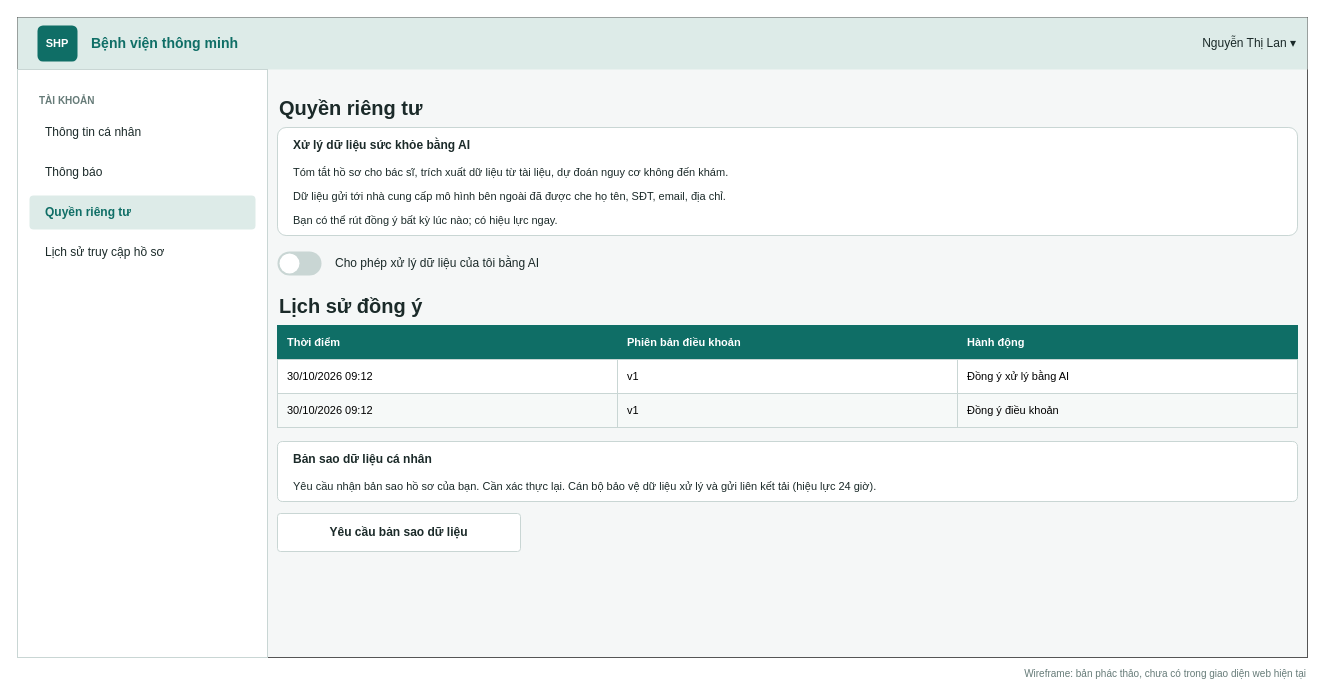
Earlier version of the draw.io diagram page "Thông tin cá nhân" (6 of 17) of docs/02-requirements/srs/dist/diagrams/06-wireframes.drawio (viethung12062005/smart-hospital-platform). Source tidied: cells renumbered, new cells numbered last; positions are measured from the earlier drawing's top-left corner, leaving out a move shared by most shapes. Both pictures are drawn from the tidied source at 100%, with x=0, y=0 at pixel (17, 17).
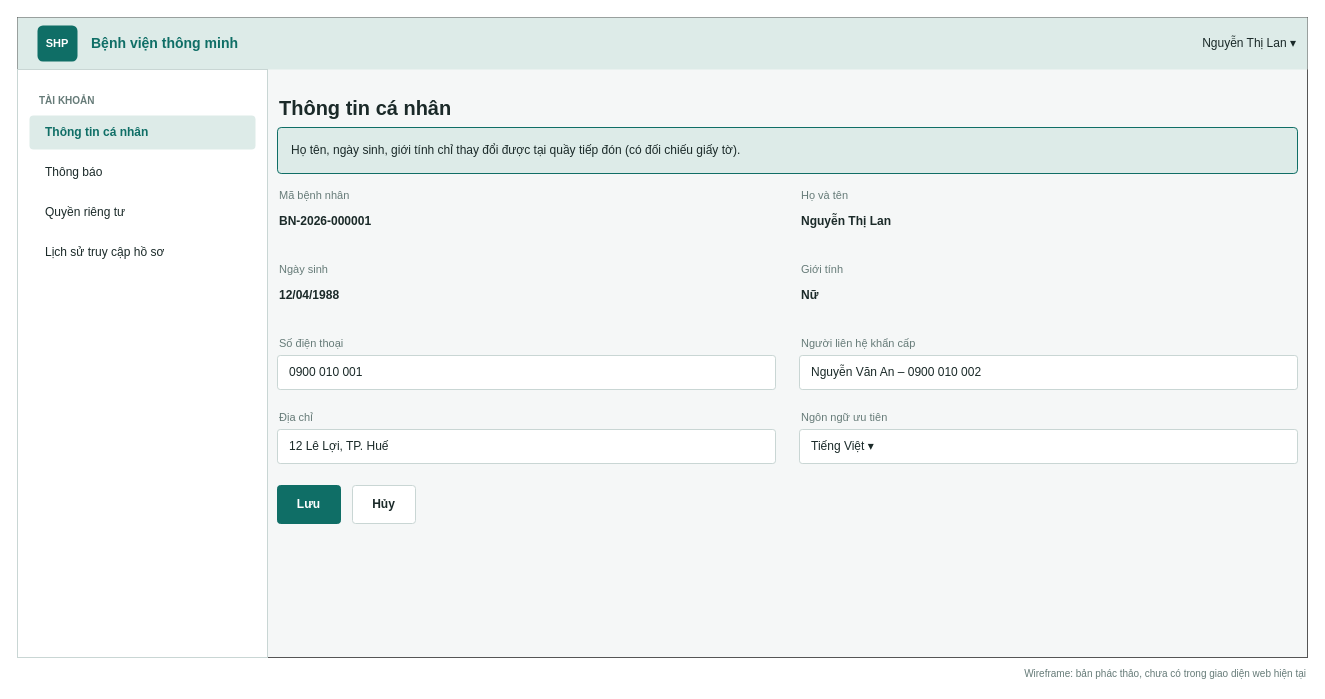
After the change.

Change to the diagram source:
```diff
@@
-    <mxCell id="9" value="Thông tin cá nhân" style="rounded=1;whiteSpace=wrap;html=1;arcSize=12;align=left;spacingLeft=14;fontSize=12;fillColor=#FFFFFF;strokeColor=none;fontColor=#1B2A29;" parent="1" vertex="1">
+    <mxCell id="9" value="Thông tin cá nhân" style="rounded=1;whiteSpace=wrap;html=1;arcSize=12;align=left;spacingLeft=14;fontSize=12;fillColor=#DDEBE8;strokeColor=none;fontColor=#0F6E66;fontStyle=1;" parent="1" vertex="1">
       <mxGeometry x="12" y="98" width="226" height="34" as="geometry" />
     </mxCell>
@@
-    <mxCell id="11" value="Quyền riêng tư" style="rounded=1;whiteSpace=wrap;html=1;arcSize=12;align=left;spacingLeft=14;fontSize=12;fillColor=#DDEBE8;strokeColor=none;fontColor=#0F6E66;fontStyle=1;" parent="1" vertex="1">
+    <mxCell id="11" value="Quyền riêng tư" style="rounded=1;whiteSpace=wrap;html=1;arcSize=12;align=left;spacingLeft=14;fontSize=12;fillColor=#FFFFFF;strokeColor=none;fontColor=#1B2A29;" parent="1" vertex="1">
       <mxGeometry x="12" y="178" width="226" height="34" as="geometry" />
     </mxCell>
@@
-    <mxCell id="14" value="Quyền riêng tư" style="text;html=1;align=left;verticalAlign=middle;whiteSpace=wrap;fontSize=20;fontColor=#1B2A29;fontStyle=1;" parent="1" vertex="1">
+    <mxCell id="14" value="Thông tin cá nhân" style="text;html=1;align=left;verticalAlign=middle;whiteSpace=wrap;fontSize=20;fontColor=#1B2A29;fontStyle=1;" parent="1" vertex="1">
       <mxGeometry x="260" y="72" width="1020" height="36" as="geometry" />
     </mxCell>
-    <mxCell id="15" style="rounded=1;whiteSpace=wrap;html=1;arcSize=8;fillColor=#FFFFFF;strokeColor=#C9D6D4;fontSize=12;fontColor=#1B2A29;" parent="1" vertex="1">
-      <mxGeometry x="260" y="110" width="1020" height="108" as="geometry" />
+    <mxCell id="15" value="Họ tên, ngày sinh, giới tính chỉ thay đổi được tại quầy tiếp đón (có đối chiếu giấy tờ)." style="rounded=1;whiteSpace=wrap;html=1;arcSize=8;fillColor=#DDEBE8;strokeColor=#0F6E66;fontSize=12;fontColor=#1B2A29;align=left;spacingLeft=12;" parent="1" vertex="1">
+      <mxGeometry x="260" y="110" width="1020" height="46" as="geometry" />
     </mxCell>
-    <mxCell id="16" value="Xử lý dữ liệu sức khỏe bằng AI" style="text;html=1;align=left;verticalAlign=middle;whiteSpace=wrap;fontSize=12;fontColor=#1B2A29;fontStyle=1;" parent="1" vertex="1">
-      <mxGeometry x="274" y="116" width="992" height="24" as="geometry" />
+    <mxCell id="16" value="Mã bệnh nhân" style="text;html=1;align=left;verticalAlign=middle;whiteSpace=wrap;fontSize=11;fontColor=#667B78;" parent="1" vertex="1">
+      <mxGeometry x="260" y="168" width="498" height="20" as="geometry" />
     </mxCell>
-    <mxCell id="17" value="Tóm tắt hồ sơ cho bác sĩ, trích xuất dữ liệu từ tài liệu, dự đoán nguy cơ không đến khám." style="text;html=1;align=left;verticalAlign=middle;whiteSpace=wrap;fontSize=11;fontColor=#1B2A29;" parent="1" vertex="1">
-      <mxGeometry x="274" y="144" width="992" height="22" as="geometry" />
+    <mxCell id="17" value="BN-2026-000001" style="text;html=1;align=left;verticalAlign=middle;whiteSpace=wrap;fontSize=12;fontColor=#1B2A29;fontStyle=1;" parent="1" vertex="1">
+      <mxGeometry x="260" y="192" width="498" height="24" as="geometry" />
     </mxCell>
-    <mxCell id="18" value="Dữ liệu gửi tới nhà cung cấp mô hình bên ngoài đã được che họ tên, SĐT, email, địa chỉ." style="text;html=1;align=left;verticalAlign=middle;whiteSpace=wrap;fontSize=11;fontColor=#1B2A29;" parent="1" vertex="1">
-      <mxGeometry x="274" y="168" width="992" height="22" as="geometry" />
+    <mxCell id="18" value="Họ và tên" style="text;html=1;align=left;verticalAlign=middle;whiteSpace=wrap;fontSize=11;fontColor=#667B78;" parent="1" vertex="1">
+      <mxGeometry x="782" y="168" width="498" height="20" as="geometry" />
     </mxCell>
-    <mxCell id="19" value="Bạn có thể rút đồng ý bất kỳ lúc nào; có hiệu lực ngay." style="text;html=1;align=left;verticalAlign=middle;whiteSpace=wrap;fontSize=11;fontColor=#1B2A29;" parent="1" vertex="1">
-      <mxGeometry x="274" y="192" width="992" height="22" as="geometry" />
+    <mxCell id="19" value="Nguyễn Thị Lan" style="text;html=1;align=left;verticalAlign=middle;whiteSpace=wrap;fontSize=12;fontColor=#1B2A29;fontStyle=1;" parent="1" vertex="1">
+      <mxGeometry x="782" y="192" width="498" height="24" as="geometry" />
     </mxCell>
-    <mxCell id="20" style="rounded=1;arcSize=50;whiteSpace=wrap;html=1;fillColor=#C9D6D4;strokeColor=none;" parent="1" vertex="1">
-      <mxGeometry x="260" y="234" width="44" height="24" as="geometry" />
+    <mxCell id="20" value="Ngày sinh" style="text;html=1;align=left;verticalAlign=middle;whiteSpace=wrap;fontSize=11;fontColor=#667B78;" parent="1" vertex="1">
+      <mxGeometry x="260" y="242" width="498" height="20" as="geometry" />
     </mxCell>
-    <mxCell id="21" style="ellipse;whiteSpace=wrap;html=1;fillColor=#FFFFFF;strokeColor=none;" parent="1" vertex="1">
-      <mxGeometry x="262" y="236" width="20" height="20" as="geometry" />
+    <mxCell id="21" value="12/04/1988" style="text;html=1;align=left;verticalAlign=middle;whiteSpace=wrap;fontSize=12;fontColor=#1B2A29;fontStyle=1;" parent="1" vertex="1">
+      <mxGeometry x="260" y="266" width="498" height="24" as="geometry" />
     </mxCell>
-    <mxCell id="22" value="Cho phép xử lý dữ liệu của tôi bằng AI" style="text;html=1;align=left;verticalAlign=middle;whiteSpace=wrap;fontSize=12;fontColor=#1B2A29;" parent="1" vertex="1">
-      <mxGeometry x="316" y="230" width="964" height="32" as="geometry" />
+    <mxCell id="22" value="Giới tính" style="text;html=1;align=left;verticalAlign=middle;whiteSpace=wrap;fontSize=11;fontColor=#667B78;" parent="1" vertex="1">
+      <mxGeometry x="782" y="242" width="498" height="20" as="geometry" />
     </mxCell>
-    <mxCell id="23" value="Lịch sử đồng ý" style="text;html=1;align=left;verticalAlign=middle;whiteSpace=wrap;fontSize=20;fontColor=#1B2A29;fontStyle=1;" parent="1" vertex="1">
-      <mxGeometry x="260" y="270" width="1020" height="36" as="geometry" />
+    <mxCell id="23" value="Nữ" style="text;html=1;align=left;verticalAlign=middle;whiteSpace=wrap;fontSize=12;fontColor=#1B2A29;fontStyle=1;" parent="1" vertex="1">
+      <mxGeometry x="782" y="266" width="498" height="24" as="geometry" />
     </mxCell>
-    <mxCell id="24" value="Thời điểm" style="rounded=0;whiteSpace=wrap;html=1;fillColor=#0F6E66;strokeColor=#0F6E66;fontColor=#FFFFFF;fontStyle=1;fontSize=11;align=left;spacingLeft=8;" parent="1" vertex="1">
-      <mxGeometry x="260" y="308" width="340" height="34" as="geometry" />
+    <mxCell id="24" value="Số điện thoại" style="text;html=1;align=left;verticalAlign=middle;whiteSpace=wrap;fontSize=11;fontColor=#667B78;" parent="1" vertex="1">
+      <mxGeometry x="260" y="316" width="498" height="20" as="geometry" />
     </mxCell>
-    <mxCell id="25" value="Phiên bản điều khoản" style="rounded=0;whiteSpace=wrap;html=1;fillColor=#0F6E66;strokeColor=#0F6E66;fontColor=#FFFFFF;fontStyle=1;fontSize=11;align=left;spacingLeft=8;" parent="1" vertex="1">
-      <mxGeometry x="600" y="308" width="340" height="34" as="geometry" />
+    <mxCell id="25" value="0900 010 001" style="rounded=1;whiteSpace=wrap;html=1;arcSize=8;fillColor=#FFFFFF;strokeColor=#C9D6D4;fontSize=12;fontColor=#1B2A29;align=left;spacingLeft=10;" parent="1" vertex="1">
+      <mxGeometry x="260" y="338" width="498" height="34" as="geometry" />
     </mxCell>
-    <mxCell id="26" value="Hành động" style="rounded=0;whiteSpace=wrap;html=1;fillColor=#0F6E66;strokeColor=#0F6E66;fontColor=#FFFFFF;fontStyle=1;fontSize=11;align=left;spacingLeft=8;" parent="1" vertex="1">
-      <mxGeometry x="940" y="308" width="340" height="34" as="geometry" />
+    <mxCell id="26" value="Người liên hệ khẩn cấp" style="text;html=1;align=left;verticalAlign=middle;whiteSpace=wrap;fontSize=11;fontColor=#667B78;" parent="1" vertex="1">
+      <mxGeometry x="782" y="316" width="498" height="20" as="geometry" />
     </mxCell>
-    <mxCell id="27" value="30/10/2026 09:12" style="rounded=0;whiteSpace=wrap;html=1;fillColor=#FFFFFF;strokeColor=#C9D6D4;fontSize=11;align=left;spacingLeft=8;" parent="1" vertex="1">
-      <mxGeometry x="260" y="342" width="340" height="34" as="geometry" />
+    <mxCell id="27" value="Nguyễn Văn An – 0900 010 002" style="rounded=1;whiteSpace=wrap;html=1;arcSize=8;fillColor=#FFFFFF;strokeColor=#C9D6D4;fontSize=12;fontColor=#1B2A29;align=left;spacingLeft=10;" parent="1" vertex="1">
+      <mxGeometry x="782" y="338" width="498" height="34" as="geometry" />
     </mxCell>
-    <mxCell id="28" value="v1" style="rounded=0;whiteSpace=wrap;html=1;fillColor=#FFFFFF;strokeColor=#C9D6D4;fontSize=11;align=left;spacingLeft=8;" parent="1" vertex="1">
-      <mxGeometry x="600" y="342" width="340" height="34" as="geometry" />
+    <mxCell id="28" value="Địa chỉ" style="text;html=1;align=left;verticalAlign=middle;whiteSpace=wrap;fontSize=11;fontColor=#667B78;" parent="1" vertex="1">
+      <mxGeometry x="260" y="390" width="498" height="20" as="geometry" />
     </mxCell>
-    <mxCell id="29" value="Đồng ý xử lý bằng AI" style="rounded=0;whiteSpace=wrap;html=1;fillColor=#FFFFFF;strokeColor=#C9D6D4;fontSize=11;align=left;spacingLeft=8;" parent="1" vertex="1">
-      <mxGeometry x="940" y="342" width="340" height="34" as="geometry" />
+    <mxCell id="29" value="12 Lê Lợi, TP. Huế" style="rounded=1;whiteSpace=wrap;html=1;arcSize=8;fillColor=#FFFFFF;strokeColor=#C9D6D4;fontSize=12;fontColor=#1B2A29;align=left;spacingLeft=10;" parent="1" vertex="1">
+      <mxGeometry x="260" y="412" width="498" height="34" as="geometry" />
     </mxCell>
-    <mxCell id="30" value="30/10/2026 09:12" style="rounded=0;whiteSpace=wrap;html=1;fillColor=#F6F9F8;strokeColor=#C9D6D4;fontSize=11;align=left;spacingLeft=8;" parent="1" vertex="1">
-      <mxGeometry x="260" y="376" width="340" height="34" as="geometry" />
+    <mxCell id="30" value="Ngôn ngữ ưu tiên" style="text;html=1;align=left;verticalAlign=middle;whiteSpace=wrap;fontSize=11;fontColor=#667B78;" parent="1" vertex="1">
+      <mxGeometry x="782" y="390" width="498" height="20" as="geometry" />
     </mxCell>
-    <mxCell id="31" value="v1" style="rounded=0;whiteSpace=wrap;html=1;fillColor=#F6F9F8;strokeColor=#C9D6D4;fontSize=11;align=left;spacingLeft=8;" parent="1" vertex="1">
-      <mxGeometry x="600" y="376" width="340" height="34" as="geometry" />
+    <mxCell id="31" value="Tiếng Việt   ▾" style="rounded=1;whiteSpace=wrap;html=1;arcSize=8;fillColor=#FFFFFF;strokeColor=#C9D6D4;fontSize=12;fontColor=#1B2A29;align=left;spacingLeft=10;" parent="1" vertex="1">
+      <mxGeometry x="782" y="412" width="498" height="34" as="geometry" />
     </mxCell>
-    <mxCell id="32" value="Đồng ý điều khoản" style="rounded=0;whiteSpace=wrap;html=1;fillColor=#F6F9F8;strokeColor=#C9D6D4;fontSize=11;align=left;spacingLeft=8;" parent="1" vertex="1">
-      <mxGeometry x="940" y="376" width="340" height="34" as="geometry" />
+    <mxCell id="32" value="Lưu" style="rounded=1;whiteSpace=wrap;html=1;arcSize=8;fillColor=#0F6E66;strokeColor=#0F6E66;fontSize=12;fontColor=#1B2A29;fontStyle=1;fontColor=#FFFFFF;" parent="1" vertex="1">
+      <mxGeometry x="260" y="468" width="63" height="38" as="geometry" />
     </mxCell>
-    <mxCell id="33" style="rounded=1;whiteSpace=wrap;html=1;arcSize=8;fillColor=#FFFFFF;strokeColor=#C9D6D4;fontSize=12;fontColor=#1B2A29;" parent="1" vertex="1">
-      <mxGeometry x="260" y="424" width="1020" height="60" as="geometry" />
+    <mxCell id="33" value="Hủy" style="rounded=1;whiteSpace=wrap;html=1;arcSize=8;fillColor=#FFFFFF;strokeColor=#C9D6D4;fontSize=12;fontColor=#1B2A29;fontStyle=1;fontColor=#1B2A29;" parent="1" vertex="1">
+      <mxGeometry x="335" y="468" width="63" height="38" as="geometry" />
     </mxCell>
-    <mxCell id="34" value="Bản sao dữ liệu cá nhân" style="text;html=1;align=left;verticalAlign=middle;whiteSpace=wrap;fontSize=12;fontColor=#1B2A29;fontStyle=1;" parent="1" vertex="1">
-      <mxGeometry x="274" y="430" width="992" height="24" as="geometry" />
-    </mxCell>
-    <mxCell id="35" value="Yêu cầu nhận bản sao hồ sơ của bạn. Cần xác thực lại. Cán bộ bảo vệ dữ liệu xử lý và gửi liên kết tải (hiệu lực 24 giờ)." style="text;html=1;align=left;verticalAlign=middle;whiteSpace=wrap;fontSize=11;fontColor=#1B2A29;" parent="1" vertex="1">
-      <mxGeometry x="274" y="458" width="992" height="22" as="geometry" />
-    </mxCell>
-    <mxCell id="36" value="Yêu cầu bản sao dữ liệu" style="rounded=1;whiteSpace=wrap;html=1;arcSize=8;fillColor=#FFFFFF;strokeColor=#C9D6D4;fontSize=12;fontColor=#1B2A29;fontStyle=1;fontColor=#1B2A29;" parent="1" vertex="1">
-      <mxGeometry x="260" y="496" width="243" height="38" as="geometry" />
-    </mxCell>
```
